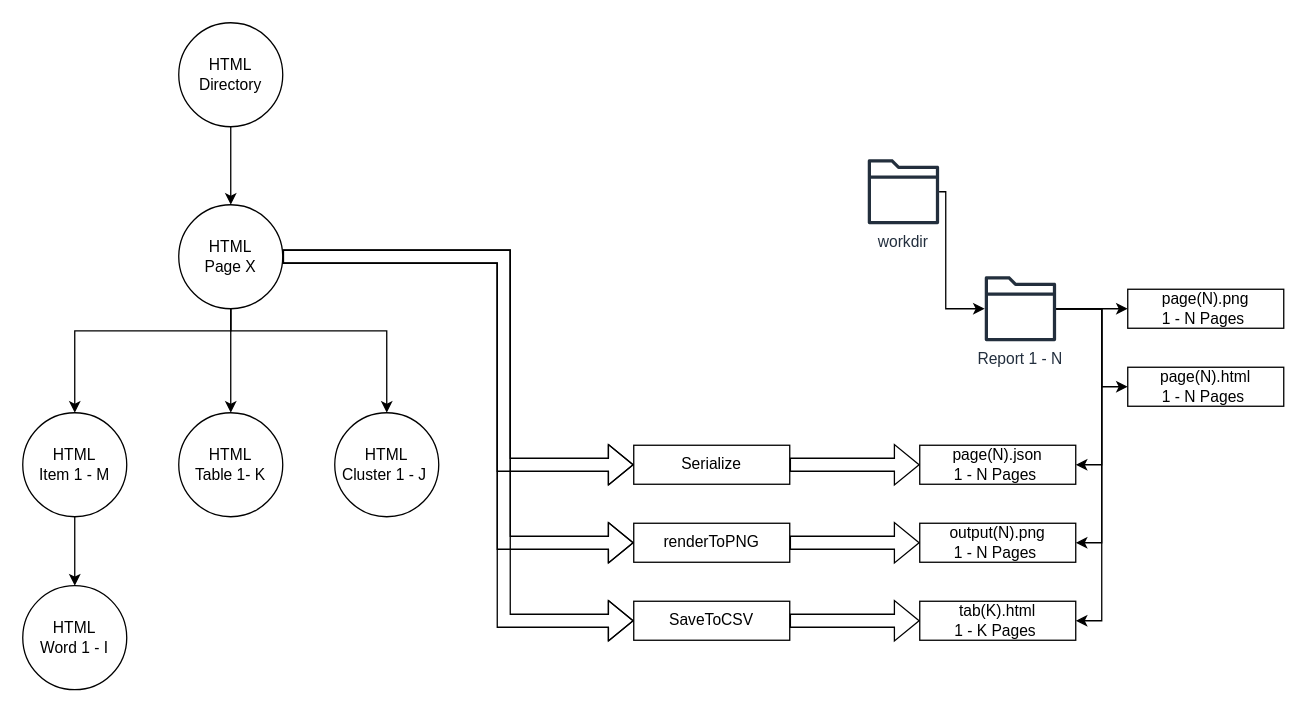
Before: page "4 SaveToPNGandJSON" (5 of 10) of docs/AnalyzeProcess.drawio in fra-uas-digital-project-wp2/TableKPIExtractor, a draw.io diagram. Source tidied: cells renumbered, new cells numbered last; positions are measured from the earlier drawing's top-left corner, leaving out a move shared by most shapes. Both pictures are drawn from the tidied source at 130%, with x=0, y=0 at pixel (22, 22).
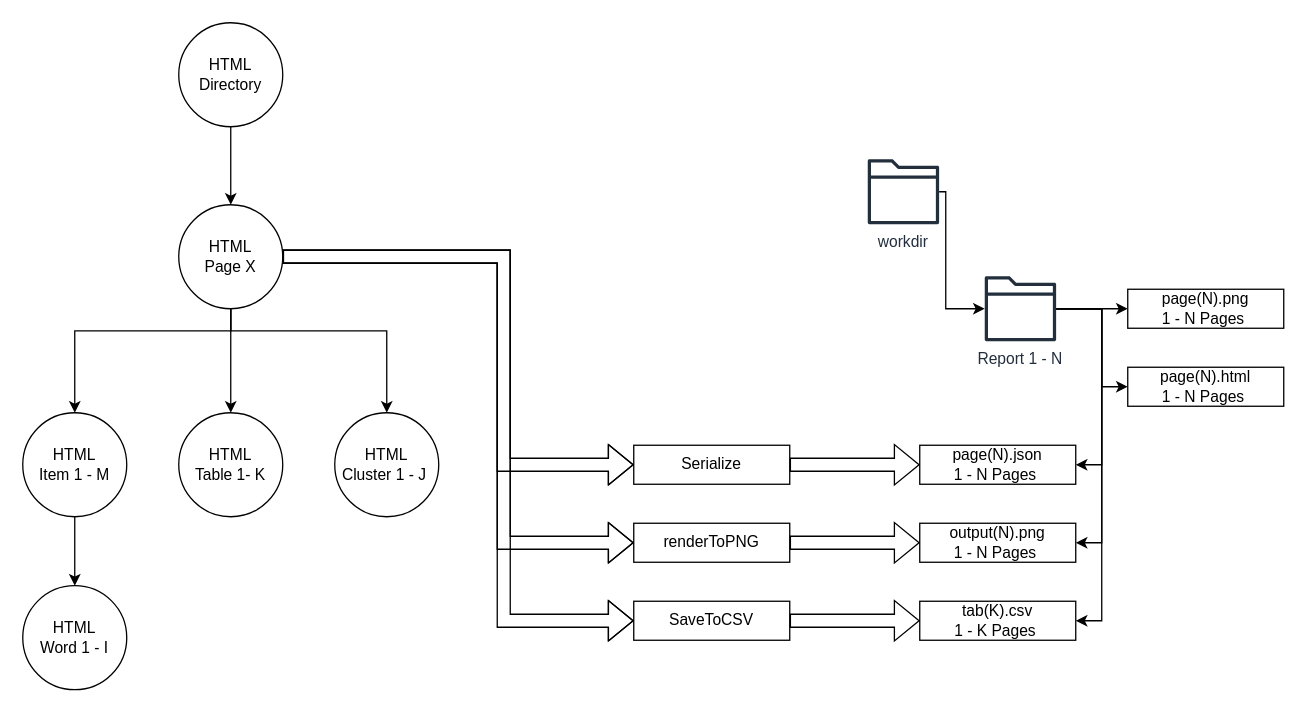
After the change.

Diff of the diagram source:
```diff
@@
-    <mxCell id="25" value="tab(K).html&lt;br&gt;1 - K Pages&amp;nbsp;" style="rounded=0;whiteSpace=wrap;html=1;" parent="1" vertex="1">
+    <mxCell id="25" value="tab(K).csv&lt;br&gt;1 - K Pages&amp;nbsp;" style="rounded=0;whiteSpace=wrap;html=1;" parent="1" vertex="1">
       <mxGeometry x="690" y="445" width="120" height="30" as="geometry" />
     </mxCell>
```
